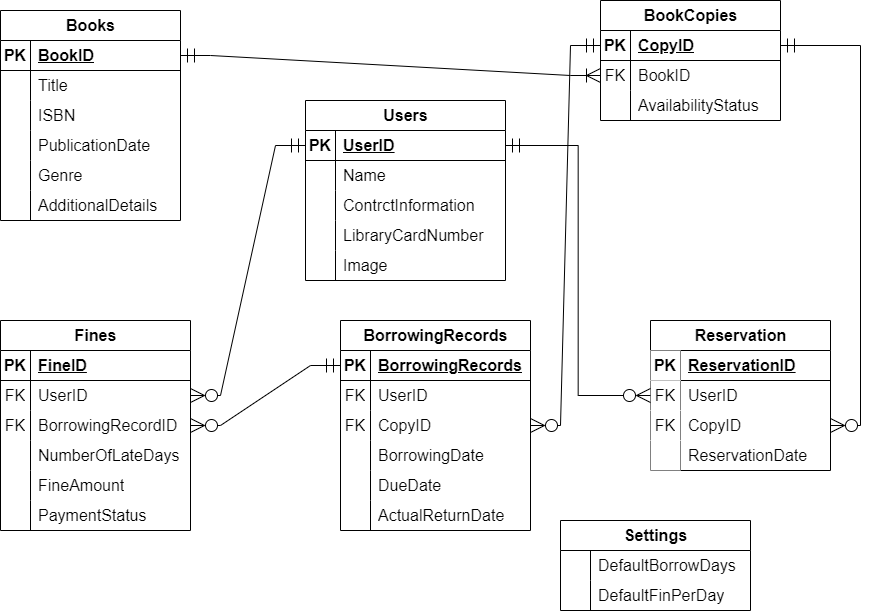
The draw.io diagram Library Relational Schema.png in amineElgaini/LibraryApp, before a commit. Source tidied: cells renumbered, new cells last; positions are measured from the earlier drawing's top-left corner, leaving out a move shared by most shapes.
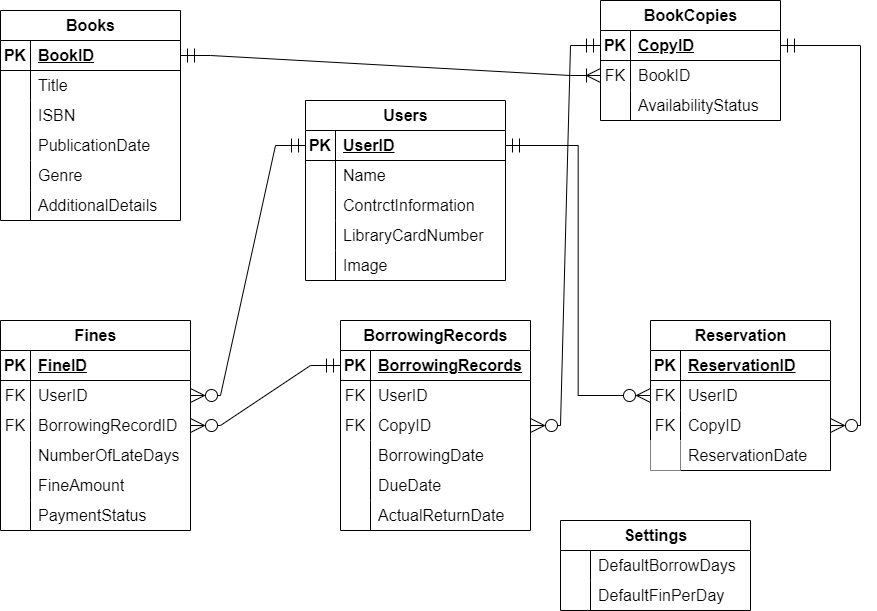
The same file after the commit.

Change to the diagram source:
```diff
@@ -285,7 +285,7 @@
     <mxCell id="94" style="shape=tableRow;horizontal=0;startSize=0;swimlaneHead=0;swimlaneBody=0;fillColor=none;top=0;left=0;right=0;bottom=1;fontSize=16;" parent="93" vertex="1">
       <mxGeometry y="30" width="180" height="30" as="geometry" />
     </mxCell>
-    <mxCell id="95" value="PK" style="shape=partialRectangle;fillColor=default;top=0;left=0;bottom=0;right=0;fontStyle=1;overflow=hidden;whiteSpace=wrap;html=1;fontSize=16;" parent="94" vertex="1">
+    <mxCell id="95" value="PK" style="shape=partialRectangle;fillColor=none;top=0;left=0;bottom=0;right=0;fontStyle=1;overflow=hidden;whiteSpace=wrap;html=1;fontSize=16;" parent="94" vertex="1">
       <mxGeometry width="30" height="30" as="geometry" />
     </mxCell>
     <mxCell id="96" value="ReservationID" style="shape=partialRectangle;fillColor=none;top=0;left=0;bottom=0;right=0;align=left;spacingLeft=6;fontStyle=5;overflow=hidden;whiteSpace=wrap;html=1;fontSize=16;" parent="94" vertex="1">
@@ -294,7 +294,7 @@
     <mxCell id="97" style="shape=tableRow;horizontal=0;startSize=0;swimlaneHead=0;swimlaneBody=0;fillColor=none;points=[[0,0.5],[1,0.5]];portConstraint=eastwest;top=0;left=0;right=0;bottom=0;fontSize=16;" parent="93" vertex="1">
       <mxGeometry y="60" width="180" height="30" as="geometry" />
     </mxCell>
-    <mxCell id="98" value="FK" style="shape=partialRectangle;fillColor=default;top=0;left=0;bottom=0;right=0;overflow=hidden;whiteSpace=wrap;html=1;fontSize=16;" parent="97" vertex="1">
+    <mxCell id="98" value="FK" style="shape=partialRectangle;fillColor=none;top=0;left=0;bottom=0;right=0;overflow=hidden;whiteSpace=wrap;html=1;fontSize=16;" parent="97" vertex="1">
       <mxGeometry width="30" height="30" as="geometry" />
     </mxCell>
     <mxCell id="99" value="UserID" style="shape=partialRectangle;fillColor=none;top=0;left=0;bottom=0;right=0;align=left;spacingLeft=6;overflow=hidden;whiteSpace=wrap;html=1;fontSize=16;" parent="97" vertex="1">
@@ -303,7 +303,7 @@
     <mxCell id="100" style="shape=tableRow;horizontal=0;startSize=0;swimlaneHead=0;swimlaneBody=0;fillColor=none;points=[[0,0.5],[1,0.5]];portConstraint=eastwest;top=0;left=0;right=0;bottom=0;fontSize=16;" parent="93" vertex="1">
       <mxGeometry y="90" width="180" height="30" as="geometry" />
     </mxCell>
-    <mxCell id="101" value="FK" style="shape=partialRectangle;fillColor=default;top=0;left=0;bottom=0;right=0;overflow=hidden;whiteSpace=wrap;html=1;fontSize=16;" parent="100" vertex="1">
+    <mxCell id="101" value="FK" style="shape=partialRectangle;fillColor=none;top=0;left=0;bottom=0;right=0;overflow=hidden;whiteSpace=wrap;html=1;fontSize=16;" parent="100" vertex="1">
       <mxGeometry width="30" height="30" as="geometry" />
     </mxCell>
     <mxCell id="102" value="CopyID" style="shape=partialRectangle;fillColor=none;top=0;left=0;bottom=0;right=0;align=left;spacingLeft=6;overflow=hidden;whiteSpace=wrap;html=1;fontSize=16;" parent="100" vertex="1">
```
